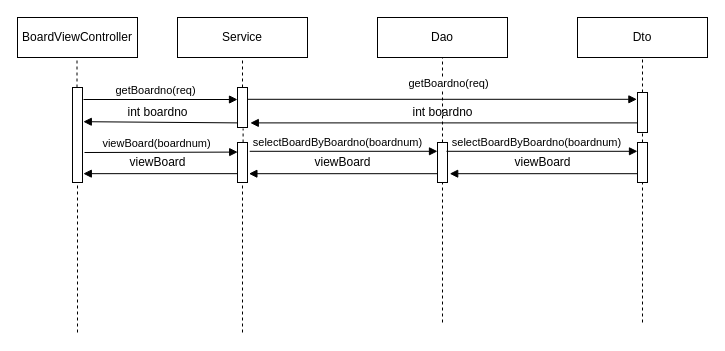
Above: document/BoardViewController.drawio in iamheonil/KHSemiProject (draw.io), before the change. Source tidied: cells renumbered, new cells numbered last; positions are measured from the earlier drawing's top-left corner, leaving out a move shared by most shapes. Both pictures are drawn from the tidied source at 100%, with x=0, y=0 at pixel (17, 17).
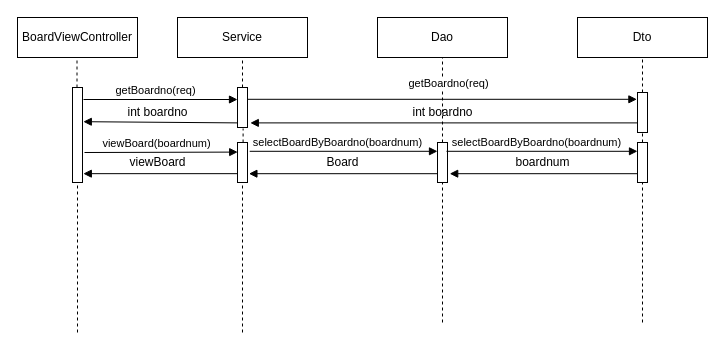
The same diagram, later.

The edit, as a diff of the source:
```diff
@@
-    <mxCell id="33" value="viewBoard" style="text;html=1;align=center;verticalAlign=middle;" parent="1" vertex="1">
-      <mxGeometry x="290" y="135" width="70" height="20" as="geometry" />
+    <mxCell id="33" value="Board" style="text;html=1;align=center;verticalAlign=middle;" parent="1" vertex="1">
+      <mxGeometry x="300" y="135" width="50" height="20" as="geometry" />
     </mxCell>
@@
-    <mxCell id="36" value="viewBoard" style="text;html=1;align=center;verticalAlign=middle;" parent="1" vertex="1">
+    <mxCell id="36" value="boardnum" style="text;html=1;align=center;verticalAlign=middle;" parent="1" vertex="1">
       <mxGeometry x="490" y="135" width="70" height="20" as="geometry" />
     </mxCell>
```
